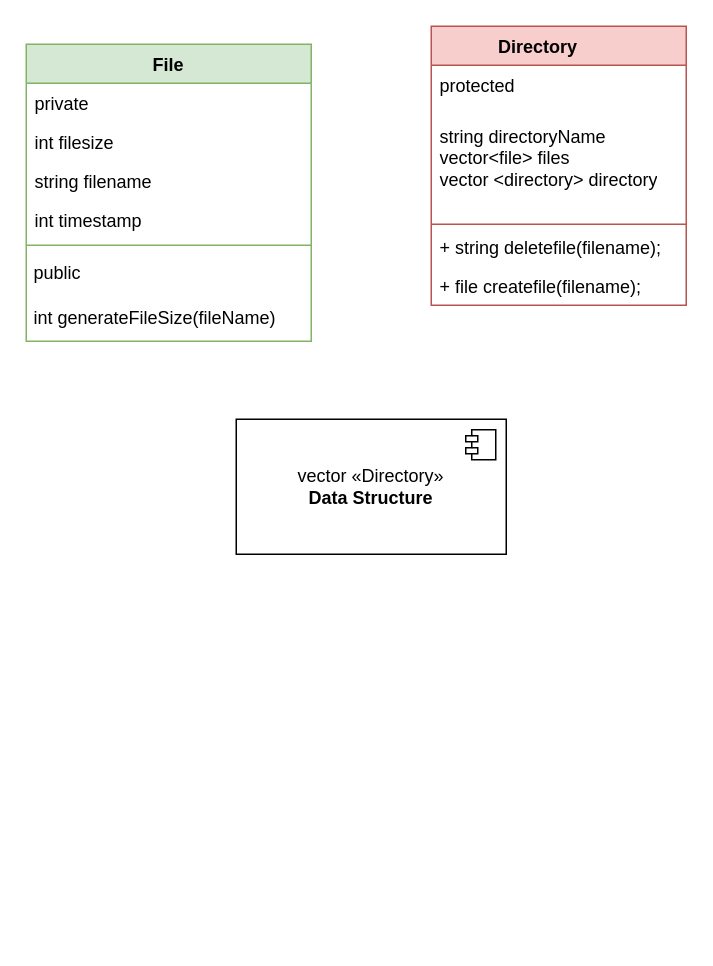
Before: FakeFileSystem.drawio in SultanFK1/FakeFileSystem-Assignment, a draw.io diagram. Source tidied: cells renumbered, new cells numbered last; positions are measured from the earlier drawing's top-left corner, leaving out a move shared by most shapes. Both pictures are drawn from the tidied source at 150%, with x=0, y=0 at pixel (26, 26).
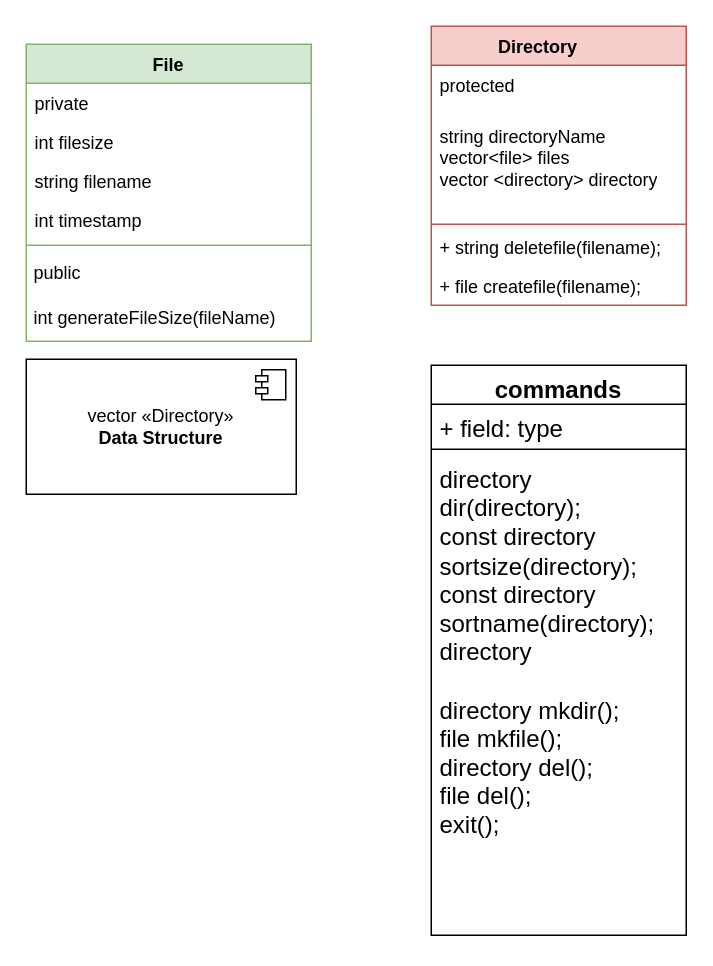
The same diagram, later.

What changed in the source:
```diff
@@
     <mxCell id="16" value="vector «Directory»&lt;br&gt;&lt;b&gt;Data Structure&lt;/b&gt;" style="html=1;whiteSpace=wrap;" parent="1" vertex="1">
-      <mxGeometry x="140" y="262" width="180" height="90" as="geometry" />
+      <mxGeometry y="222" width="180" height="90" as="geometry" />
     </mxCell>
@@
+    <mxCell id="18" value="commands" style="swimlane;fontStyle=1;align=center;verticalAlign=top;horizontal=1;startSize=26;whiteSpace=wrap;html=1;fontSize=16;" parent="1" vertex="1">
+      <mxGeometry x="270" y="226" width="170" height="380" as="geometry" />
+    </mxCell>
+    <mxCell id="19" value="+ field: type" style="text;strokeColor=none;fillColor=none;align=left;verticalAlign=top;spacingLeft=4;spacingRight=4;overflow=hidden;whiteSpace=wrap;html=1;fontSize=16;" parent="18" vertex="1">
+      <mxGeometry y="26" width="170" height="26" as="geometry" />
+    </mxCell>
+    <mxCell id="20" style="line;strokeWidth=1;fillColor=none;align=left;verticalAlign=middle;spacingTop=-1;spacingLeft=3;spacingRight=3;labelPosition=right;strokeColor=inherit;fontSize=16;" parent="18" vertex="1">
+      <mxGeometry y="52" width="170" height="8" as="geometry" />
+    </mxCell>
+    <mxCell id="21" value="directory dir(directory);&lt;br&gt;const directory sortsize(directory);&lt;br&gt;const directory sortname(directory);&lt;br&gt;directory&lt;br&gt;&lt;br&gt;directory mkdir();&lt;br&gt;file mkfile();&amp;nbsp;&lt;br&gt;directory del();&amp;nbsp;&lt;br&gt;file del();&amp;nbsp;&lt;br&gt;exit();&lt;br&gt;" style="text;strokeColor=none;fillColor=none;align=left;verticalAlign=top;spacingLeft=4;spacingRight=4;overflow=hidden;whiteSpace=wrap;html=1;fontSize=16;" parent="18" vertex="1">
+      <mxGeometry y="60" width="170" height="320" as="geometry" />
+    </mxCell>
```
